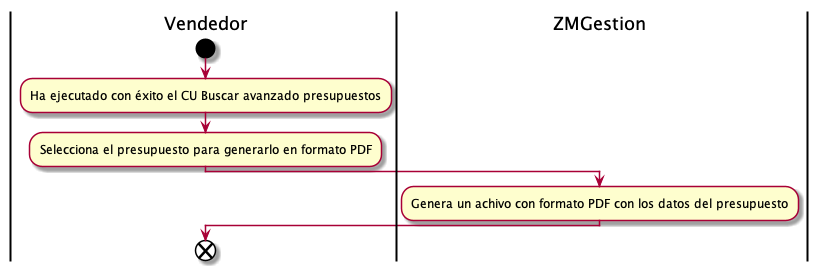
Before: Informe Final/Imagenes/DiagramasActividad/DiagramaDeActividad/generarPresupuestoPDF.png, a diagram exported from PlantUML (ZMGestion/DocumentacionZMGestion). Source of this version:
```plantuml
@startuml generarPresupuestoPDF
|Vendedor|
start
:Ha ejecutado con éxito el CU Buscar avanzado presupuestos;
:Selecciona el presupuesto para generarlo en formato PDF;
|ZMGestion|
:Genera un achivo con formato PDF con los datos del presupuesto;
|Vendedor|
end
@enduml
```
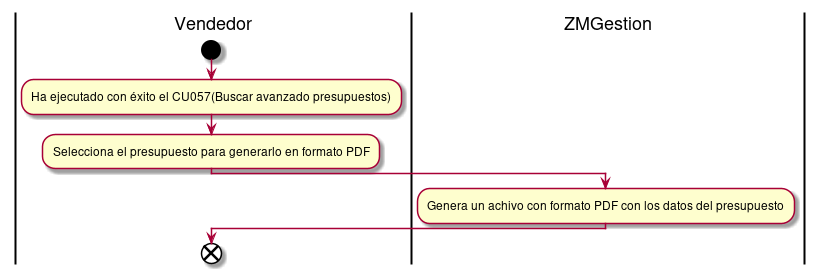
The same diagram one commit later.

Diff of the diagram source:
```diff
@@ -1,7 +1,7 @@
 @startuml generarPresupuestoPDF
 |Vendedor|
 start
-:Ha ejecutado con éxito el CU Buscar avanzado presupuestos;
+:Ha ejecutado con éxito el CU057(Buscar avanzado presupuestos);
 :Selecciona el presupuesto para generarlo en formato PDF;
 |ZMGestion|
 :Genera un achivo con formato PDF con los datos del presupuesto;
```
